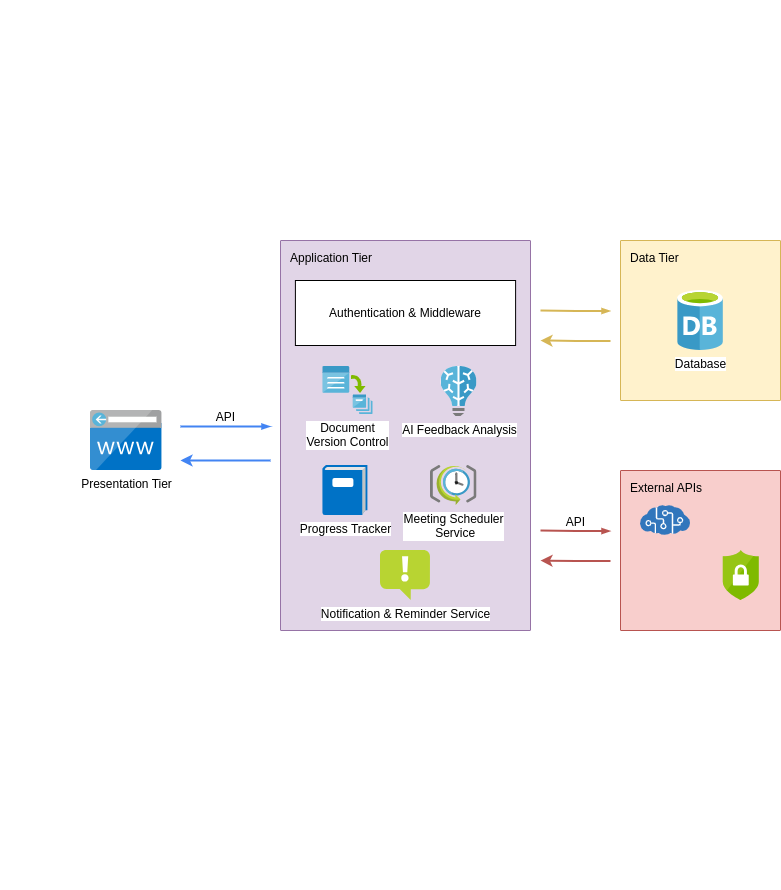
The draw.io diagram Previous Drafts/3-Tier Architecure.drawio.png in Beginner50/Dissertation, before a commit. Source tidied: cells renumbered, new cells last; positions are measured from the earlier drawing's top-left corner, leaving out a move shared by most shapes.
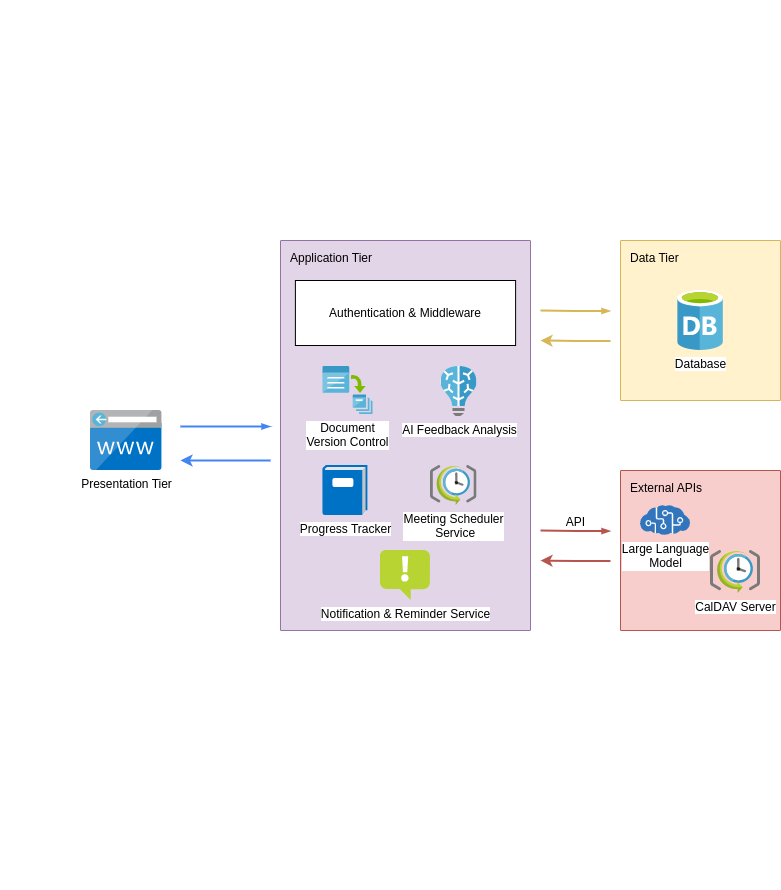
After the change.

Change to the diagram source:
```diff
@@ -20,13 +20,13 @@
     <mxCell id="7" value="Authentication &amp;amp; Middleware" style="rounded=0;whiteSpace=wrap;html=1;labelPosition=center;verticalLabelPosition=middle;align=center;verticalAlign=middle;fontStyle=0;" parent="1" vertex="1">
       <mxGeometry x="294.9" y="280" width="220.2" height="65" as="geometry" />
     </mxCell>
-    <mxCell id="8" value="API" style="edgeStyle=orthogonalEdgeStyle;fontSize=12;html=1;endArrow=blockThin;endFill=1;rounded=0;strokeWidth=2;endSize=4;startSize=4;dashed=0;strokeColor=#4284F3;labelPosition=center;verticalLabelPosition=top;align=center;verticalAlign=bottom;" parent="1" edge="1">
+    <mxCell id="8" style="edgeStyle=orthogonalEdgeStyle;fontSize=12;html=1;endArrow=blockThin;endFill=1;rounded=0;strokeWidth=2;endSize=4;startSize=4;dashed=0;strokeColor=#4284F3;labelPosition=center;verticalLabelPosition=top;align=center;verticalAlign=bottom;" parent="1" edge="1">
       <mxGeometry relative="1" as="geometry">
         <mxPoint x="180" y="426" as="sourcePoint" />
         <mxPoint x="270" y="426" as="targetPoint" />
       </mxGeometry>
     </mxCell>
-    <mxCell id="9" style="image;sketch=0;html=1;align=center;fontSize=12;image=img/lib/mscae/Cognitive_Services.svg;" parent="1" vertex="1">
+    <mxCell id="9" value="Large Language&lt;br&gt;Model" style="image;sketch=0;html=1;align=center;fontSize=12;image=img/lib/mscae/Cognitive_Services.svg;" parent="1" vertex="1">
       <mxGeometry x="640" y="505" width="50" height="30" as="geometry" />
     </mxCell>
     <mxCell id="10" style="edgeStyle=orthogonalEdgeStyle;fontSize=12;html=1;endArrow=none;endFill=0;rounded=0;strokeWidth=2;strokeColor=#4284F3;startArrow=classic;startFill=1;" parent="1" edge="1">
@@ -35,9 +35,6 @@
         <mxPoint x="270" y="460" as="targetPoint" />
       </mxGeometry>
     </mxCell>
-    <mxCell id="11" style="image;sketch=0;html=1;align=center;fontSize=12;image=img/lib/mscae/Security_Center.svg;" parent="1" vertex="1">
-      <mxGeometry x="722.8" y="550" width="36" height="50" as="geometry" />
-    </mxCell>
     <mxCell id="12" value="API" style="edgeStyle=orthogonalEdgeStyle;fontSize=12;html=1;endArrow=blockThin;endFill=1;rounded=0;strokeWidth=2;endSize=4;startSize=4;dashed=0;strokeColor=#b85450;labelPosition=center;verticalLabelPosition=top;align=center;verticalAlign=bottom;fillColor=#f8cecc;" parent="1" edge="1">
       <mxGeometry relative="1" as="geometry">
         <mxPoint x="540" y="530.1" as="sourcePoint" />
@@ -80,5 +77,8 @@
     <mxCell id="21" value="Notification &amp;amp; Reminder Service" style="image;sketch=0;html=1;align=center;fontSize=12;image=img/lib/mscae/Notification.svg;" parent="1" vertex="1">
       <mxGeometry x="380" y="550" width="50" height="50" as="geometry" />
     </mxCell>
+    <mxCell id="22" value="CalDAV Server" style="image;sketch=0;html=1;align=center;fontSize=12;image=img/lib/mscae/SchedulerJobCollection.svg;" parent="1" vertex="1">
+      <mxGeometry x="710" y="550" width="50" height="43" as="geometry" />
+    </mxCell>
   </root>
 </mxGraphModel>
```
